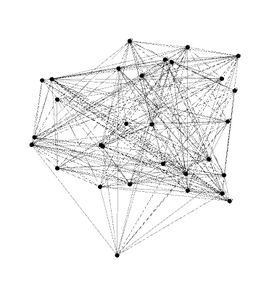
This is Graph Images/Gilbert30.png from isailg/GraphLibrary, a Graphviz export, as it was before one commit. Its source is kept beside it as GraphViz/Gilbert30.gv. The source it was exported from:
```dot
graph Gilbert30 {
0 -- 2;
0 -- 5;
0 -- 8;
0 -- 13;
0 -- 23;
0 -- 29;
1 -- 2;
1 -- 5;
1 -- 9;
1 -- 11;
1 -- 27;
2 -- 2;
2 -- 4;
2 -- 12;
2 -- 14;
2 -- 17;
2 -- 23;
3 -- 1;
3 -- 2;
3 -- 5;
3 -- 8;
3 -- 13;
3 -- 16;
3 -- 19;
3 -- 22;
3 -- 24;
3 -- 26;
4 -- 1;
4 -- 5;
4 -- 14;
4 -- 16;
4 -- 17;
5 -- 6;
5 -- 7;
5 -- 8;
5 -- 9;
5 -- 13;
5 -- 16;
5 -- 18;
5 -- 20;
5 -- 25;
6 -- 2;
6 -- 6;
6 -- 8;
6 -- 10;
6 -- 11;
6 -- 16;
6 -- 17;
6 -- 20;
6 -- 21;
6 -- 28;
7 -- 6;
7 -- 7;
7 -- 11;
7 -- 16;
7 -- 19;
7 -- 25;
7 -- 26;
7 -- 27;
7 -- 29;
8 -- 10;
8 -- 14;
8 -- 18;
8 -- 26;
9 -- 3;
9 -- 6;
9 -- 7;
9 -- 14;
9 -- 21;
9 -- 23;
10 -- 2;
10 -- 3;
10 -- 4;
10 -- 7;
10 -- 11;
10 -- 12;
10 -- 15;
10 -- 22;
10 -- 28;
11 -- 0;
11 -- 2;
11 -- 3;
11 -- 4;
11 -- 5;
11 -- 13;
11 -- 15;
11 -- 21;
11 -- 22;
12 -- 1;
12 -- 4;
12 -- 8;
12 -- 9;
12 -- 15;
12 -- 16;
12 -- 18;
12 -- 21;
12 -- 25;
12 -- 28;
13 -- 1;
13 -- 2;
13 -- 4;
13 -- 9;
13 -- 10;
13 -- 13;
13 -- 15;
13 -- 16;
13 -- 17;
13 -- 18;
13 -- 23;
13 -- 24;
13 -- 26;
14 -- 7;
14 -- 11;
14 -- 15;
14 -- 20;
14 -- 22;
14 -- 26;
15 -- 4;
15 -- 7;
15 -- 8;
15 -- 16;
15 -- 17;
15 -- 18;
16 -- 16;
16 -- 17;
16 -- 18;
16 -- 19;
16 -- 21;
16 -- 24;
16 -- 27;
16 -- 28;
17 -- 0;
17 -- 10;
17 -- 22;
17 -- 24;
17 -- 29;
18 -- 2;
18 -- 3;
18 -- 6;
18 -- 10;
18 -- 17;
18 -- 19;
18 -- 22;
18 -- 23;
18 -- 27;
19 -- 2;
19 -- 5;
19 -- 19;
19 -- 20;
19 -- 22;
20 -- 4;
20 -- 7;
20 -- 12;
20 -- 15;
20 -- 20;
20 -- 28;
20 -- 29;
21 -- 8;
21 -- 18;
21 -- 24;
21 -- 25;
21 -- 26;
22 -- 1;
22 -- 2;
22 -- 7;
22 -- 8;
22 -- 9;
22 -- 13;
22 -- 16;
22 -- 21;
22 -- 27;
22 -- 28;
23 -- 3;
23 -- 8;
23 -- 11;
23 -- 20;
23 -- 21;
23 -- 23;
23 -- 24;
23 -- 29;
24 -- 5;
24 -- 6;
24 -- 9;
24 -- 10;
24 -- 14;
24 -- 18;
24 -- 25;
24 -- 28;
25 -- 9;
25 -- 10;
25 -- 13;
25 -- 22;
26 -- 0;
26 -- 1;
26 -- 2;
26 -- 5;
26 -- 10;
26 -- 12;
26 -- 15;
26 -- 17;
26 -- 19;
26 -- 22;
26 -- 28;
26 -- 29;
27 -- 0;
27 -- 6;
27 -- 13;
27 -- 14;
27 -- 15;
27 -- 21;
27 -- 25;
27 -- 27;
28 -- 3;
28 -- 7;
28 -- 13;
28 -- 14;
28 -- 23;
28 -- 28;
29 -- 4;
29 -- 8;
29 -- 10;
29 -- 12;
29 -- 15;
29 -- 16;
29 -- 18;
}
```
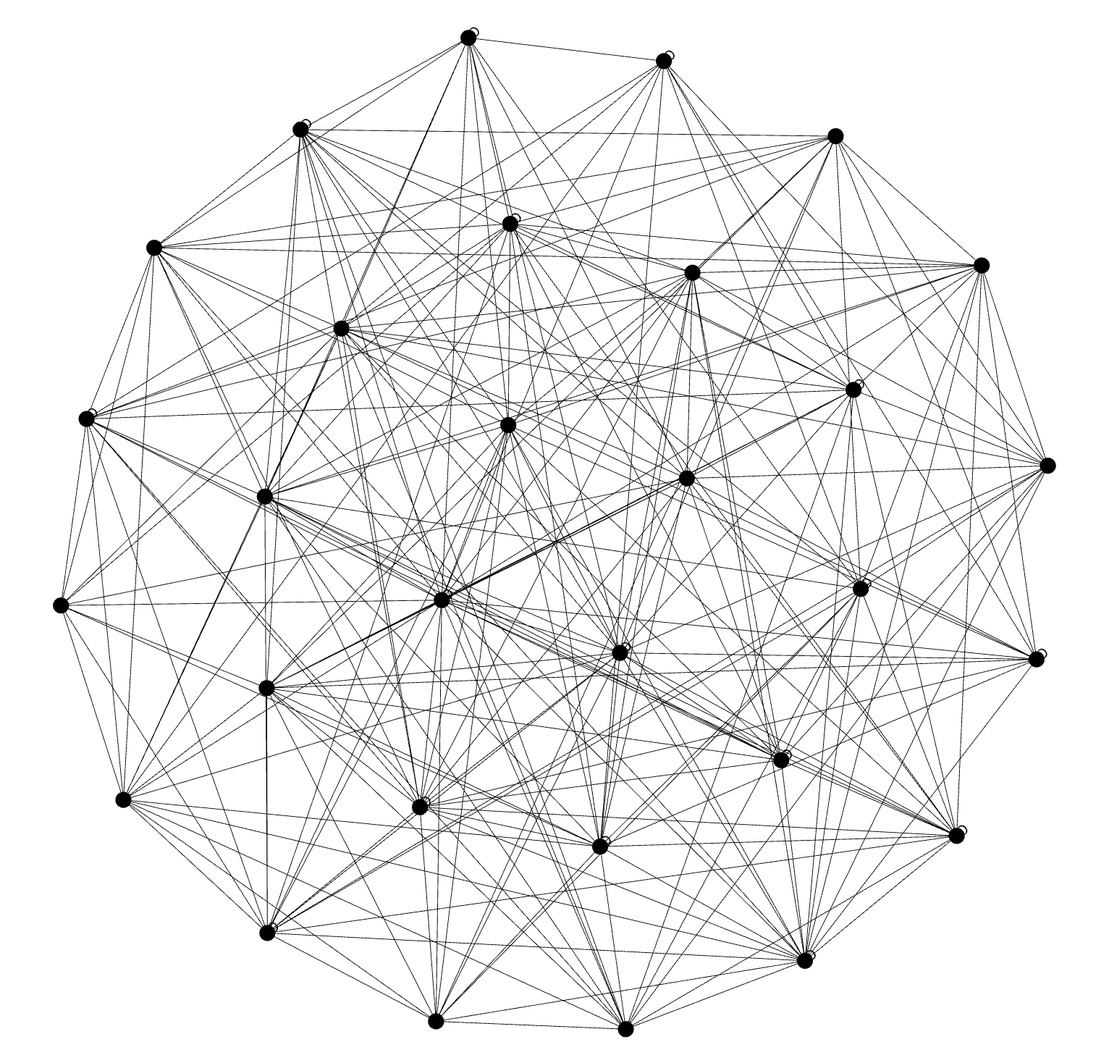
The same diagram one commit later.

The edit, as a diff of the source:
```diff
@@ -1,227 +1,240 @@
-graph Gilbert30 {
+graph GeneratedGraphs(.gv)/Gilbert30 {
+0 -- 0;
 0 -- 2;
+0 -- 4;
 0 -- 5;
 0 -- 8;
+0 -- 9;
+0 -- 10;
+0 -- 12;
 0 -- 13;
-0 -- 23;
+0 -- 17;
+0 -- 18;
+0 -- 19;
+0 -- 21;
+0 -- 22;
+0 -- 27;
 0 -- 29;
-1 -- 2;
+1 -- 0;
+1 -- 1;
+1 -- 3;
 1 -- 5;
-1 -- 9;
-1 -- 11;
-1 -- 27;
-2 -- 2;
-2 -- 4;
+1 -- 15;
+1 -- 18;
+1 -- 19;
+2 -- 8;
 2 -- 12;
-2 -- 14;
-2 -- 17;
-2 -- 23;
-3 -- 1;
+2 -- 15;
+2 -- 18;
+2 -- 22;
+2 -- 27;
 3 -- 2;
-3 -- 5;
-3 -- 8;
-3 -- 13;
-3 -- 16;
-3 -- 19;
-3 -- 22;
-3 -- 24;
-3 -- 26;
-4 -- 1;
-4 -- 5;
-4 -- 14;
+3 -- 3;
+3 -- 7;
+3 -- 9;
+3 -- 11;
+3 -- 15;
+3 -- 21;
+3 -- 25;
+3 -- 29;
+4 -- 7;
+4 -- 11;
+4 -- 13;
 4 -- 16;
-4 -- 17;
-5 -- 6;
-5 -- 7;
+4 -- 18;
+4 -- 21;
+4 -- 24;
+4 -- 26;
+4 -- 27;
+5 -- 2;
 5 -- 8;
-5 -- 9;
-5 -- 13;
-5 -- 16;
-5 -- 18;
-5 -- 20;
-5 -- 25;
-6 -- 2;
+5 -- 12;
+5 -- 14;
+5 -- 27;
 6 -- 6;
 6 -- 8;
-6 -- 10;
-6 -- 11;
-6 -- 16;
-6 -- 17;
-6 -- 20;
-6 -- 21;
-6 -- 28;
-7 -- 6;
-7 -- 7;
-7 -- 11;
+6 -- 9;
+6 -- 13;
+6 -- 22;
+6 -- 25;
+6 -- 27;
+7 -- 2;
+7 -- 10;
+7 -- 14;
 7 -- 16;
-7 -- 19;
+7 -- 17;
+7 -- 18;
+7 -- 21;
 7 -- 25;
 7 -- 26;
-7 -- 27;
-7 -- 29;
-8 -- 10;
+8 -- 7;
+8 -- 12;
 8 -- 14;
-8 -- 18;
-8 -- 26;
-9 -- 3;
-9 -- 6;
-9 -- 7;
-9 -- 14;
+8 -- 16;
+8 -- 24;
+9 -- 2;
+9 -- 4;
+9 -- 9;
+9 -- 18;
+9 -- 20;
 9 -- 21;
-9 -- 23;
-10 -- 2;
-10 -- 3;
-10 -- 4;
-10 -- 7;
-10 -- 11;
-10 -- 12;
-10 -- 15;
-10 -- 22;
-10 -- 28;
-11 -- 0;
-11 -- 2;
-11 -- 3;
-11 -- 4;
+9 -- 22;
+9 -- 26;
+9 -- 28;
+10 -- 1;
+10 -- 10;
+10 -- 17;
+10 -- 18;
+10 -- 20;
+10 -- 26;
+10 -- 29;
 11 -- 5;
 11 -- 13;
 11 -- 15;
 11 -- 21;
-11 -- 22;
+11 -- 24;
+11 -- 26;
+11 -- 28;
 12 -- 1;
-12 -- 4;
-12 -- 8;
-12 -- 9;
+12 -- 6;
+12 -- 7;
+12 -- 12;
 12 -- 15;
-12 -- 16;
-12 -- 18;
+12 -- 19;
 12 -- 21;
-12 -- 25;
-12 -- 28;
+12 -- 26;
+12 -- 27;
+12 -- 29;
 13 -- 1;
-13 -- 2;
-13 -- 4;
-13 -- 9;
-13 -- 10;
+13 -- 12;
 13 -- 13;
-13 -- 15;
 13 -- 16;
-13 -- 17;
 13 -- 18;
-13 -- 23;
-13 -- 24;
-13 -- 26;
-14 -- 7;
-14 -- 11;
+13 -- 19;
+13 -- 20;
+13 -- 29;
+14 -- 0;
+14 -- 1;
+14 -- 14;
 14 -- 15;
-14 -- 20;
+14 -- 17;
+14 -- 18;
+14 -- 19;
 14 -- 22;
-14 -- 26;
-15 -- 4;
-15 -- 7;
+14 -- 28;
+14 -- 29;
+15 -- 5;
 15 -- 8;
-15 -- 16;
-15 -- 17;
+15 -- 9;
+15 -- 10;
+15 -- 13;
 15 -- 18;
-16 -- 16;
-16 -- 17;
-16 -- 18;
-16 -- 19;
-16 -- 21;
-16 -- 24;
-16 -- 27;
-16 -- 28;
-17 -- 0;
-17 -- 10;
-17 -- 22;
-17 -- 24;
+15 -- 19;
+15 -- 23;
+15 -- 29;
+16 -- 1;
+16 -- 2;
+16 -- 6;
+16 -- 9;
+16 -- 10;
+16 -- 20;
+16 -- 26;
+16 -- 29;
+17 -- 1;
+17 -- 2;
+17 -- 4;
+17 -- 9;
+17 -- 12;
+17 -- 17;
+17 -- 18;
+17 -- 19;
+17 -- 20;
+17 -- 26;
+17 -- 27;
 17 -- 29;
-18 -- 2;
 18 -- 3;
+18 -- 5;
 18 -- 6;
-18 -- 10;
-18 -- 17;
-18 -- 19;
-18 -- 22;
+18 -- 8;
+18 -- 18;
+18 -- 20;
+18 -- 21;
 18 -- 23;
-18 -- 27;
-19 -- 2;
+18 -- 24;
+18 -- 25;
+18 -- 28;
+18 -- 29;
+19 -- 3;
+19 -- 4;
 19 -- 5;
-19 -- 19;
-19 -- 20;
-19 -- 22;
-20 -- 4;
-20 -- 7;
+19 -- 7;
+19 -- 18;
+19 -- 24;
+19 -- 26;
+20 -- 1;
+20 -- 3;
 20 -- 12;
 20 -- 15;
-20 -- 20;
-20 -- 28;
-20 -- 29;
-21 -- 8;
-21 -- 18;
-21 -- 24;
-21 -- 25;
-21 -- 26;
-22 -- 1;
-22 -- 2;
-22 -- 7;
-22 -- 8;
-22 -- 9;
-22 -- 13;
+20 -- 21;
+20 -- 22;
+21 -- 1;
+21 -- 10;
+21 -- 19;
+21 -- 22;
+22 -- 4;
+22 -- 10;
+22 -- 11;
 22 -- 16;
-22 -- 21;
-22 -- 27;
-22 -- 28;
-23 -- 3;
+22 -- 29;
 23 -- 8;
-23 -- 11;
+23 -- 12;
+23 -- 14;
+23 -- 16;
 23 -- 20;
-23 -- 21;
-23 -- 23;
 23 -- 24;
-23 -- 29;
-24 -- 5;
-24 -- 6;
-24 -- 9;
-24 -- 10;
-24 -- 14;
-24 -- 18;
+24 -- 0;
+24 -- 1;
+24 -- 3;
+24 -- 7;
+24 -- 16;
 24 -- 25;
-24 -- 28;
-25 -- 9;
-25 -- 10;
-25 -- 13;
-25 -- 22;
-26 -- 0;
-26 -- 1;
-26 -- 2;
-26 -- 5;
-26 -- 10;
-26 -- 12;
-26 -- 15;
-26 -- 17;
-26 -- 19;
-26 -- 22;
-26 -- 28;
-26 -- 29;
-27 -- 0;
-27 -- 6;
-27 -- 13;
+24 -- 26;
+25 -- 16;
+25 -- 19;
+25 -- 20;
+25 -- 25;
+25 -- 26;
+25 -- 29;
+26 -- 14;
+26 -- 21;
+26 -- 23;
+26 -- 26;
+27 -- 3;
+27 -- 7;
+27 -- 10;
+27 -- 11;
 27 -- 14;
-27 -- 15;
-27 -- 21;
+27 -- 22;
 27 -- 25;
 27 -- 27;
-28 -- 3;
+28 -- 1;
+28 -- 2;
+28 -- 6;
 28 -- 7;
-28 -- 13;
-28 -- 14;
+28 -- 8;
+28 -- 10;
+28 -- 16;
+28 -- 21;
 28 -- 23;
+28 -- 24;
 28 -- 28;
-29 -- 4;
+29 -- 1;
+29 -- 5;
+29 -- 7;
 29 -- 8;
-29 -- 10;
-29 -- 12;
-29 -- 15;
-29 -- 16;
-29 -- 18;
+29 -- 9;
+29 -- 11;
+29 -- 19;
+29 -- 21;
+29 -- 29;
 }
```
